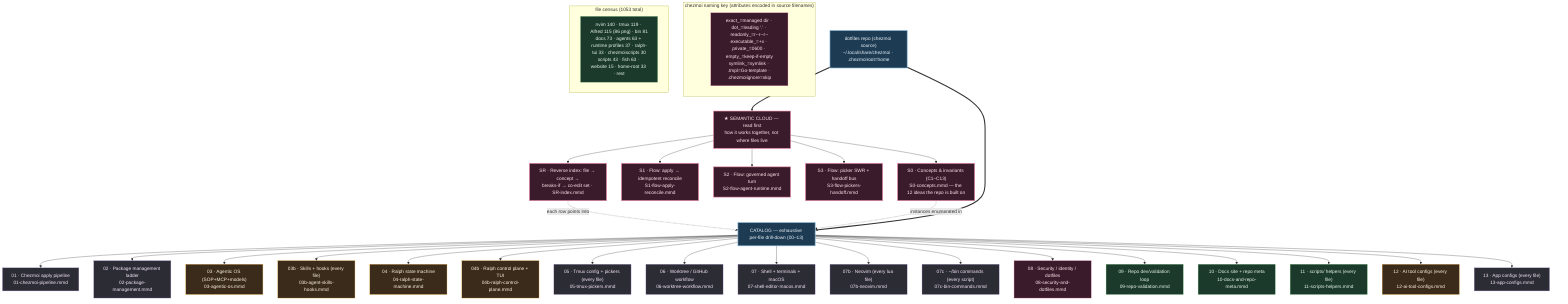
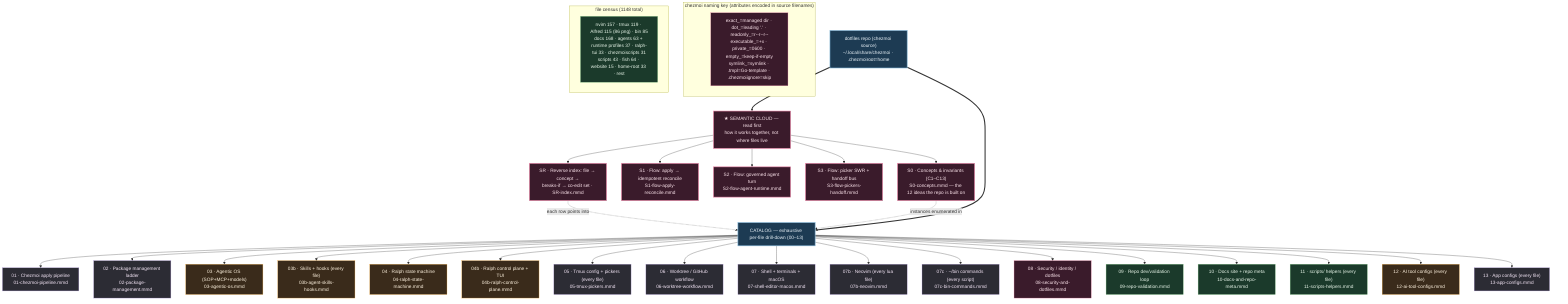
%% ============================================================================
%% 00-overview.mmd — Master navigation map for kapral18/dotfiles
%% TWO LAYERS:
%%   SEMANTIC CLOUD (read first) — how the system THINKS: concepts+invariants
%%     (S0), cross-cutting flows (S1/S2/S3), and a reverse index (SR) that maps
%%     any file to its concept, blast radius, and co-edit set.
%%   CATALOG (drill-down) — how the system is LAID OUT: 00-13 enumerate every
- %%     one of the 1053 tracked files by exact chezmoi source path.
+ %%     one of the 1148 tracked files by exact chezmoi source path.
%% `home/` is chezmoi source deployed to $HOME; scripts/tools/website/docs are
%% repo-side (NOT deployed). Each node → a deeper .mmd.
%% ============================================================================
graph TD
    classDef entry fill:#1d3b53,stroke:#7fb3d5,color:#eaf2f8,stroke-width:2px;
    classDef sys fill:#2c2c34,stroke:#b39ddb,color:#f3e5f5;
    classDef ai fill:#3a2b1b,stroke:#ffb74d,color:#fff3e0;
    classDef repo fill:#1b3a2b,stroke:#81c784,color:#e8f5e9;
    classDef data fill:#3a1b2b,stroke:#f48fb1,color:#fce4ec;
    classDef sem fill:#3a1b2b,stroke:#f48fb1,color:#fce4ec,stroke-width:2px;

    ROOT["dotfiles repo (chezmoi source)<br/>~/.local/share/chezmoi · .chezmoiroot=home"]:::entry

    %% ---- SEMANTIC LAYER (read before the catalog) --------------------------
    ROOT ==> SEMHEAD["★ SEMANTIC CLOUD — read first<br/>how it works together, not where files live"]:::sem
    SEMHEAD --> S0["S0 · Concepts & invariants (C1–C13)<br/>S0-concepts.mmd — the 12 ideas the repo is built on"]:::sem
    SEMHEAD --> S1["S1 · Flow: apply → idempotent reconcile<br/>S1-flow-apply-reconcile.mmd"]:::sem
    SEMHEAD --> S2["S2 · Flow: governed agent turn<br/>S2-flow-agent-runtime.mmd"]:::sem
    SEMHEAD --> S3["S3 · Flow: picker SWR + handoff bus<br/>S3-flow-pickers-handoff.mmd"]:::sem
    SEMHEAD --> SR["SR · Reverse index: file → concept →<br/>breaks-if → co-edit set · SR-index.mmd"]:::sem
    SR -. "each row points into" .-> CATHEAD
    S0 -. "instances enumerated in" .-> CATHEAD

    %% ---- CATALOG LAYER (exhaustive per-file drill-down) --------------------
    ROOT ==> CATHEAD["CATALOG — exhaustive per-file drill-down (00–13)"]:::entry

    CATHEAD --> CZ["01 · Chezmoi apply pipeline<br/>01-chezmoi-pipeline.mmd"]:::sys
    CATHEAD --> PKG["02 · Package management ladder<br/>02-package-management.mmd"]:::sys
    CATHEAD --> AIOS["03 · Agentic OS (SOP+MCP+models)<br/>03-agentic-os.mmd"]:::ai
    CATHEAD --> SKILLS["03b · Skills + hooks (every file)<br/>03b-agent-skills-hooks.mmd"]:::ai
    CATHEAD --> RALPH["04 · Ralph state machine<br/>04-ralph-state-machine.mmd"]:::ai
    CATHEAD --> RALPHCP["04b · Ralph control plane + TUI<br/>04b-ralph-control-plane.mmd"]:::ai
    CATHEAD --> TMUX["05 · Tmux config + pickers (every file)<br/>05-tmux-pickers.mmd"]:::sys
    CATHEAD --> WT["06 · Worktree / GitHub workflow<br/>06-worktree-workflow.mmd"]:::sys
    CATHEAD --> SEM["07 · Shell + terminals + macOS<br/>07-shell-editor-macos.mmd"]:::sys
    CATHEAD --> NVIM["07b · Neovim (every lua file)<br/>07b-neovim.mmd"]:::sys
    CATHEAD --> BIN["07c · ~/bin commands (every script)<br/>07c-bin-commands.mmd"]:::sys
    CATHEAD --> SEC["08 · Security / identity / dotfiles<br/>08-security-and-dotfiles.mmd"]:::data
    CATHEAD --> VAL["09 · Repo dev/validation loop<br/>09-repo-validation.mmd"]:::repo
    CATHEAD --> DOCS["10 · Docs site + repo meta<br/>10-docs-and-repo-meta.mmd"]:::repo
    CATHEAD --> SCRIPTS["11 · scripts/ helpers (every file)<br/>11-scripts-helpers.mmd"]:::repo
    CATHEAD --> AICFG["12 · AI tool configs (every file)<br/>12-ai-tool-configs.mmd"]:::ai
    CATHEAD --> APPS["13 · App configs (every file)<br/>13-app-configs.mmd"]:::sys

    subgraph KEY["chezmoi naming key (attributes encoded in source filenames)"]
        K1["exact_=managed dir · dot_=leading '.' · readonly_=r--r--r--<br/>executable_=+x · private_=0600 · empty_=keep-if-empty<br/>symlink_=symlink · .tmpl=Go-template · .chezmoiignore=skip"]:::data
    end

-     subgraph COUNTS["file census (1053 total)"]
-         C1["nvim 140 · tmux 119 · Alfred 115 (86 png) · bin 81<br/>docs 73 · agents 63 + runtime profiles 37 · ralph-tui 33 · chezmoiscripts 30<br/>scripts 43 · fish 63 · website 15 · home-root 33 · rest"]:::repo
+     subgraph COUNTS["file census (1148 total)"]
+         C1["nvim 157 · tmux 119 · Alfred 115 (86 png) · bin 85<br/>docs 168 · agents 63 + runtime profiles 37 · ralph-tui 33 · chezmoiscripts 31<br/>scripts 43 · fish 64 · website 15 · home-root 33 · rest"]:::repo
    end
